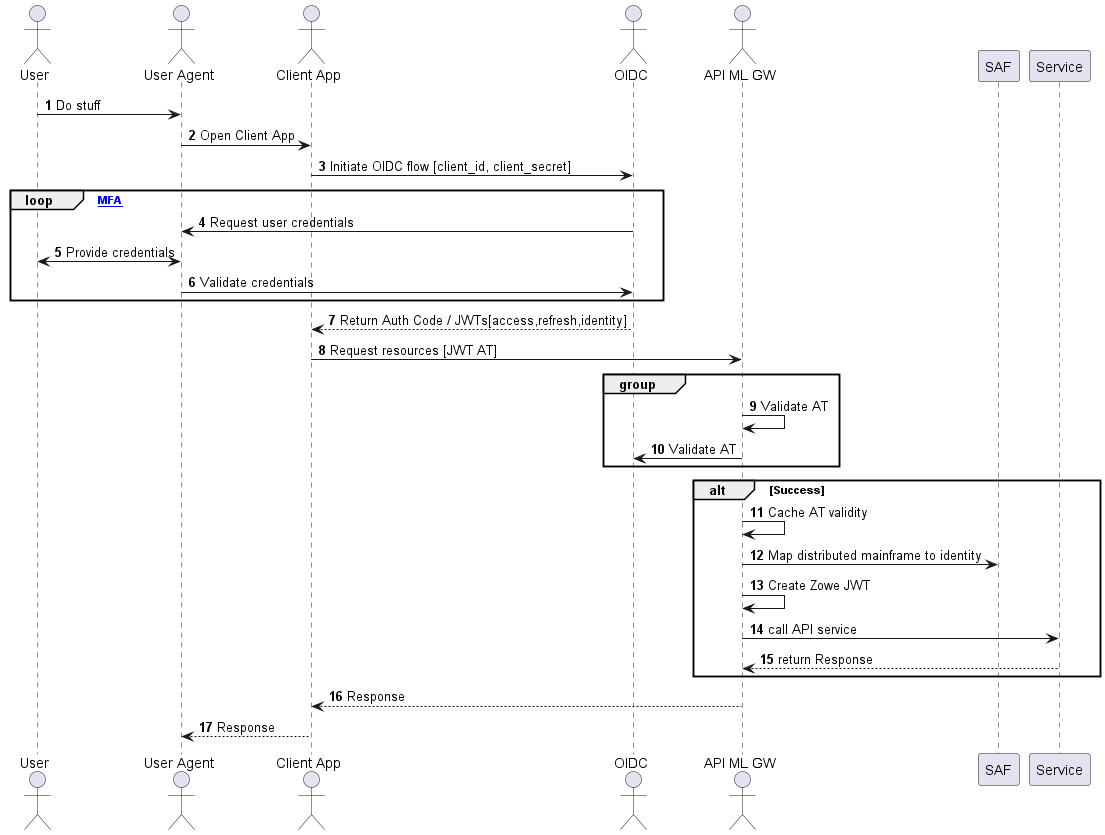
zowe/docs-site keeps this PlantUML diagram as docs/images/api-mediation/apiml-oidc-auth-seq.png. Above is the earlier version.
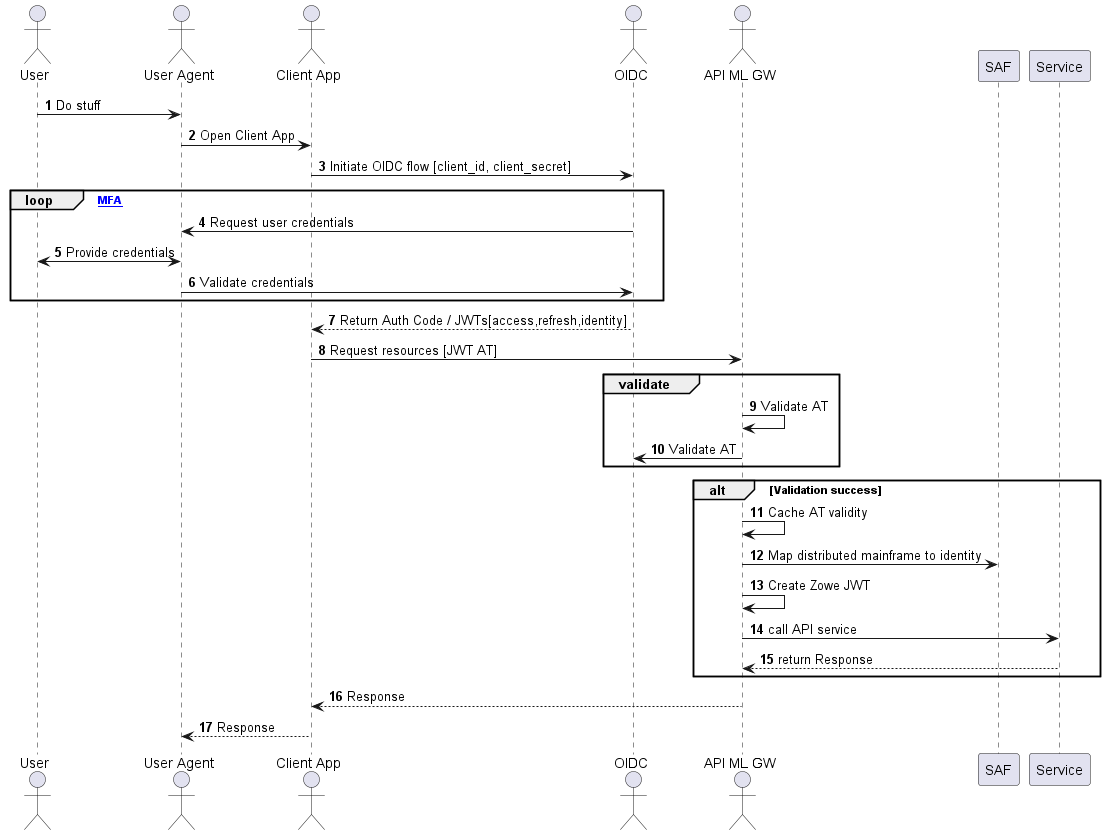
After the commit.

Commit message:
Diagram refinment

Change to the diagram source:
```diff
@@ -17,11 +17,11 @@
 end
 OIDC --> Client: Return Auth Code / JWTs[access,refresh,identity]
 Client -> GW: Request resources [JWT AT]
-group
+group validate
 GW -> GW: Validate AT
 GW -> OIDC: Validate AT
 end
-alt Success
+alt Validation success
 GW -> GW: Cache AT validity
 GW -> SAF: Map distributed mainframe to identity
 GW -> GW: Create Zowe JWT
```
